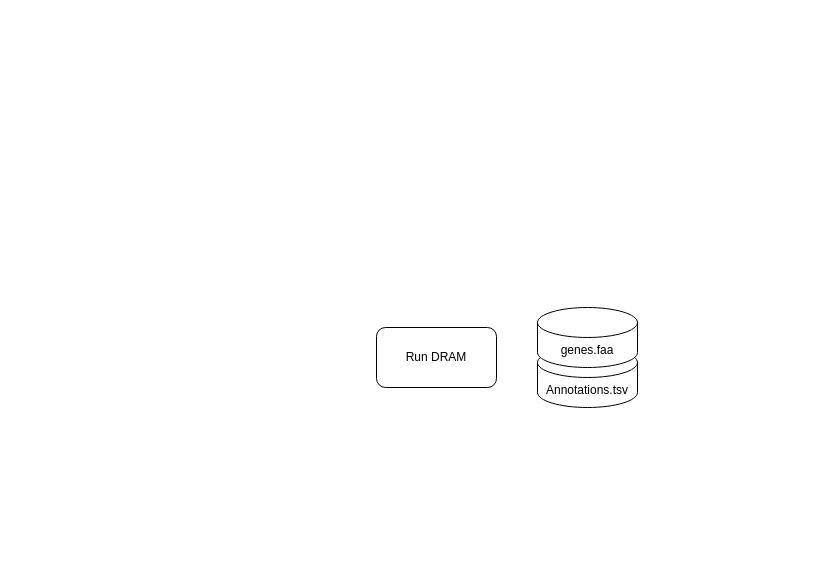
This is Untitled Diagram.drawio from rmFlynn/DRAM_Trees, a draw.io file, before an edit. Source tidied: cells renumbered, new cells numbered last; positions are measured from the earlier drawing's top-left corner, leaving out a move shared by most shapes. Both pictures are drawn from the tidied source at 100%, with x=0, y=0 at pixel (376, 307). Pictures stored in the file or linked from it are replaced by grey dashed boxes.
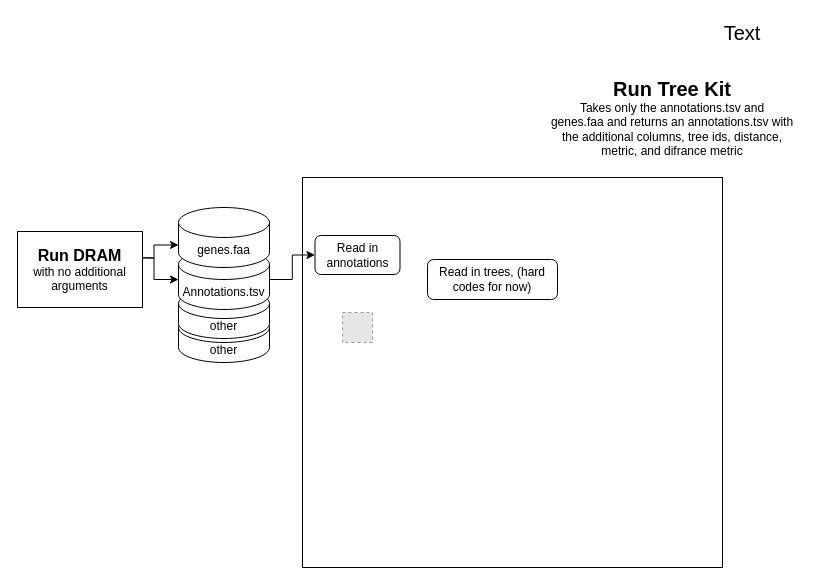
After the change.

The edit, as a diff of the source:
```diff
@@
 <mxGraphModel>
   <root>
     <mxCell id="0" />
     <mxCell id="1" parent="0" />
+    <mxCell id="5" style="rounded=0;whiteSpace=wrap;html=1;verticalAlign=top;" parent="1" vertex="1">
+      <mxGeometry x="-74" y="-130" width="420" height="390" as="geometry" />
+    </mxCell>
+    <mxCell id="6" value="other" style="shape=cylinder3;whiteSpace=wrap;html=1;boundedLbl=1;backgroundOutline=1;size=15;" parent="1" vertex="1">
+      <mxGeometry x="-198" y="5" width="91" height="50" as="geometry" />
+    </mxCell>
+    <mxCell id="7" value="other" style="shape=cylinder3;whiteSpace=wrap;html=1;boundedLbl=1;backgroundOutline=1;size=15;" parent="1" vertex="1">
+      <mxGeometry x="-198" y="-19" width="91" height="50" as="geometry" />
+    </mxCell>
+    <mxCell id="8" style="edgeStyle=orthogonalEdgeStyle;rounded=0;jettySize=auto;html=1;exitX=1;exitY=0.5;exitDx=0;exitDy=0;exitPerimeter=0;" parent="1" edge="1" source="2" target="13">
+      <mxGeometry relative="1" as="geometry" />
+    </mxCell>
     <mxCell id="2" value="Annotations.tsv" style="shape=cylinder3;whiteSpace=wrap;html=1;boundedLbl=1;backgroundOutline=1;size=15;" parent="1" vertex="1">
-      <mxGeometry x="161" y="40" width="100" height="60" as="geometry" />
+      <mxGeometry x="-198" y="-58" width="91" height="60" as="geometry" />
     </mxCell>
     <mxCell id="3" value="genes.faa" style="shape=cylinder3;whiteSpace=wrap;html=1;boundedLbl=1;backgroundOutline=1;size=15;" parent="1" vertex="1">
-      <mxGeometry x="161" width="100" height="60" as="geometry" />
+      <mxGeometry x="-198" y="-100" width="91" height="60" as="geometry" />
     </mxCell>
-    <mxCell id="4" value="Run DRAM" style="rounded=1;whiteSpace=wrap;html=1;" parent="1" vertex="1">
-      <mxGeometry y="20" width="120" height="60" as="geometry" />
-    </mxCell>
+    <mxCell id="9" style="edgeStyle=orthogonalEdgeStyle;rounded=0;jettySize=auto;html=1;exitX=1;exitY=0.5;exitDx=0;exitDy=0;entryX=0;entryY=0;entryDx=0;entryDy=37.5;entryPerimeter=0;" parent="1" edge="1" target="3">
+      <mxGeometry relative="1" as="geometry">
+        <mxPoint x="-248" y="-50" as="sourcePoint" />
+      </mxGeometry>
+    </mxCell>
+    <mxCell id="10" style="edgeStyle=orthogonalEdgeStyle;rounded=0;jettySize=auto;html=1;exitX=1;exitY=0.5;exitDx=0;exitDy=0;" parent="1" edge="1" target="2">
+      <mxGeometry relative="1" as="geometry">
+        <mxPoint x="-248" y="-50" as="sourcePoint" />
+      </mxGeometry>
+    </mxCell>
+    <mxCell id="11" value="&lt;div style=&quot;font-size: 16px;&quot;&gt;&lt;b&gt;Run DRAM&lt;/b&gt;&lt;br&gt;&lt;/div&gt;&lt;div&gt; with no additional arguments&lt;/div&gt;" style="rounded=0;whiteSpace=wrap;html=1;" parent="1" vertex="1">
+      <mxGeometry x="-359" y="-76" width="125" height="76" as="geometry" />
+    </mxCell>
+    <mxCell id="12" style="fillColor=#E6E6E6;strokeColor=#999999;dashed=1;html=1;verticalAlign=top;verticalLabelPosition=bottom;labelBackgroundColor=#ffffff;" parent="1" vertex="1">
+      <mxGeometry x="-34" y="5" width="30" height="30" as="geometry" />
+    </mxCell>
+    <mxCell id="13" value="Read in annotations" style="rounded=1;whiteSpace=wrap;html=1;" parent="1" vertex="1">
+      <mxGeometry x="-61.5" y="-72" width="85" height="39" as="geometry" />
+    </mxCell>
+    <mxCell id="14" value="Read in trees, (hard codes for now) " style="rounded=1;whiteSpace=wrap;html=1;" parent="1" vertex="1">
+      <mxGeometry x="51" y="-48" width="130" height="40" as="geometry" />
+    </mxCell>
+    <mxCell id="15" value="&lt;div style=&quot;font-size: 20px;&quot; align=&quot;center&quot;&gt;&lt;b&gt;Run Tree Kit&lt;/b&gt;&lt;/div&gt;&lt;div align=&quot;center&quot;&gt;Takes only the annotations.tsv and &lt;br&gt;genes.faa and returns an annotations.tsv with the additional columns, tree ids, distance, metric, and difrance metric&lt;br&gt;&lt;/div&gt;&lt;p align=&quot;center&quot;&gt;&lt;/p&gt;" style="text;html=1;strokeColor=none;fillColor=none;spacing=5;spacingTop=-20;whiteSpace=wrap;overflow=hidden;rounded=0;align=center;" parent="1" vertex="1">
+      <mxGeometry x="166" y="-220" width="260" height="148" as="geometry" />
+    </mxCell>
+    <mxCell id="16" value="Text" style="text;html=1;strokeColor=none;fillColor=none;align=center;verticalAlign=middle;whiteSpace=wrap;rounded=0;fontSize=20;" parent="1" vertex="1">
+      <mxGeometry x="336" y="-290" width="60" height="30" as="geometry" />
+    </mxCell>
   </root>
 </mxGraphModel>
```
